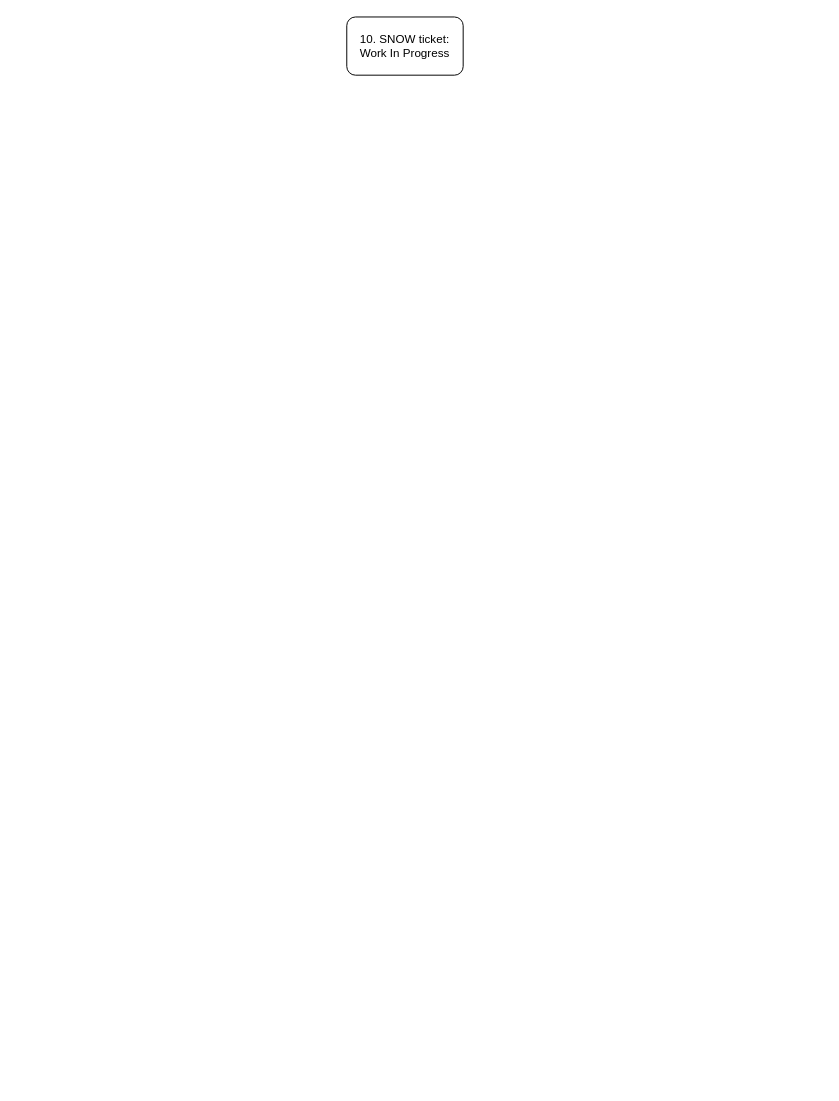
The draw.io diagram Untitled Diagram.drawio in skunduam/draw.io-diagrams, before the edit. Source tidied: cells renumbered, new cells numbered last; positions are measured from the earlier drawing's top-left corner, leaving out a move shared by most shapes. Both pictures are drawn from the tidied source at 97%, with x=0, y=0 at pixel (346, 16).
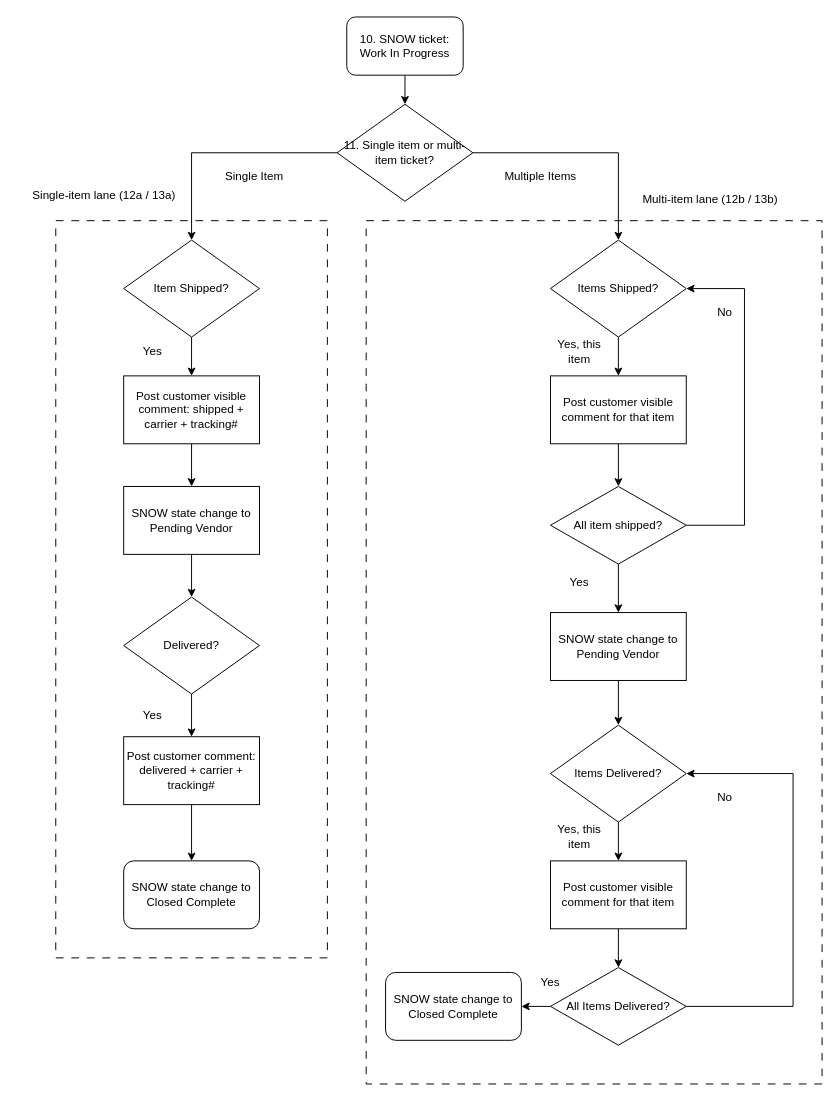
Above is the later version.

The change refers to these unchanged cells:
```xml
<mxCell id="2" value="10. SNOW ticket: Work In Progress" style="rounded=1;whiteSpace=wrap;html=1;" parent="1" vertex="1">
  <mxGeometry width="120" height="60" as="geometry" />
</mxCell>
```

The edit, as a diff of the source:
```diff
@@
+    <mxCell id="3" style="rounded=0;whiteSpace=wrap;html=1;dashed=1;dashPattern=8 8;" parent="1" vertex="1">
+      <mxGeometry x="20" y="210" width="470" height="890" as="geometry" />
+    </mxCell>
+    <mxCell id="4" style="rounded=0;whiteSpace=wrap;html=1;dashed=1;dashPattern=8 8;" parent="1" vertex="1">
+      <mxGeometry x="-300" y="210" width="280" height="760" as="geometry" />
+    </mxCell>
+    <mxCell id="5" style="edgeStyle=orthogonalEdgeStyle;rounded=0;jettySize=auto;html=1;exitX=0.5;exitY=1;exitDx=0;exitDy=0;entryX=0.5;entryY=0;entryDx=0;entryDy=0;" parent="1" edge="1" source="2" target="8">
+      <mxGeometry relative="1" as="geometry" />
+    </mxCell>
@@
+    <mxCell id="6" style="edgeStyle=orthogonalEdgeStyle;rounded=0;jettySize=auto;html=1;" parent="1" edge="1" source="8" target="10">
+      <mxGeometry relative="1" as="geometry" />
+    </mxCell>
+    <mxCell id="7" style="edgeStyle=orthogonalEdgeStyle;rounded=0;jettySize=auto;html=1;" parent="1" edge="1" source="8" target="12">
+      <mxGeometry relative="1" as="geometry" />
+    </mxCell>
+    <mxCell id="8" value="11. Single item or multi-item ticket?" style="rhombus;whiteSpace=wrap;html=1;shapeInside=1;" parent="1" vertex="1">
+      <mxGeometry x="-10" y="90" width="140" height="100" as="geometry" />
+    </mxCell>
+    <mxCell id="9" style="edgeStyle=orthogonalEdgeStyle;rounded=0;jettySize=auto;html=1;" parent="1" edge="1" source="10" target="16">
+      <mxGeometry relative="1" as="geometry" />
+    </mxCell>
+    <mxCell id="10" value="Item Shipped?" style="rhombus;whiteSpace=wrap;html=1;shapeInside=1;" parent="1" vertex="1">
+      <mxGeometry x="-230" y="230" width="140" height="100" as="geometry" />
+    </mxCell>
+    <mxCell id="11" style="edgeStyle=orthogonalEdgeStyle;rounded=0;jettySize=auto;html=1;exitX=0.5;exitY=1;exitDx=0;exitDy=0;entryX=0.5;entryY=0;entryDx=0;entryDy=0;" parent="1" edge="1" source="12" target="26">
+      <mxGeometry relative="1" as="geometry" />
+    </mxCell>
+    <mxCell id="12" value="Items Shipped?" style="rhombus;whiteSpace=wrap;html=1;shapeInside=1;" parent="1" vertex="1">
+      <mxGeometry x="210" y="230" width="140" height="100" as="geometry" />
+    </mxCell>
+    <mxCell id="13" value="Single Item" style="text;html=1;whiteSpace=wrap;strokeColor=none;fillColor=none;align=center;verticalAlign=middle;rounded=0;" parent="1" vertex="1">
+      <mxGeometry x="-130" y="150" width="70" height="30" as="geometry" />
+    </mxCell>
+    <mxCell id="14" value="Multiple Items" style="text;html=1;whiteSpace=wrap;strokeColor=none;fillColor=none;align=center;verticalAlign=middle;rounded=0;" parent="1" vertex="1">
+      <mxGeometry x="160" y="150" width="80" height="30" as="geometry" />
+    </mxCell>
+    <mxCell id="15" style="edgeStyle=orthogonalEdgeStyle;rounded=0;jettySize=auto;html=1;" parent="1" edge="1" source="16" target="18">
+      <mxGeometry relative="1" as="geometry" />
+    </mxCell>
+    <mxCell id="16" value="Post customer visible comment: shipped + carrier + tracking#" style="whiteSpace=wrap;html=1;" parent="1" vertex="1">
+      <mxGeometry x="-230" y="370" width="140" height="70" as="geometry" />
+    </mxCell>
+    <mxCell id="17" style="edgeStyle=orthogonalEdgeStyle;rounded=0;jettySize=auto;html=1;" parent="1" edge="1" source="18" target="20">
+      <mxGeometry relative="1" as="geometry" />
+    </mxCell>
+    <mxCell id="18" value="SNOW state change to Pending Vendor" style="whiteSpace=wrap;html=1;" parent="1" vertex="1">
+      <mxGeometry x="-230" y="484" width="140" height="70" as="geometry" />
+    </mxCell>
+    <mxCell id="19" style="edgeStyle=orthogonalEdgeStyle;rounded=0;jettySize=auto;html=1;" parent="1" edge="1" source="20" target="22">
+      <mxGeometry relative="1" as="geometry" />
+    </mxCell>
+    <mxCell id="20" value="Delivered?" style="rhombus;whiteSpace=wrap;html=1;shapeInside=1;" parent="1" vertex="1">
+      <mxGeometry x="-230" y="598" width="140" height="100" as="geometry" />
+    </mxCell>
+    <mxCell id="21" style="edgeStyle=orthogonalEdgeStyle;rounded=0;jettySize=auto;html=1;" parent="1" edge="1" source="22" target="23">
+      <mxGeometry relative="1" as="geometry" />
+    </mxCell>
+    <mxCell id="22" value="Post customer comment: delivered + carrier + tracking#" style="whiteSpace=wrap;html=1;" parent="1" vertex="1">
+      <mxGeometry x="-230" y="742" width="140" height="70" as="geometry" />
+    </mxCell>
+    <mxCell id="23" value="SNOW state change to Closed Complete" style="rounded=1;whiteSpace=wrap;html=1;" parent="1" vertex="1">
+      <mxGeometry x="-230" y="870" width="140" height="70" as="geometry" />
+    </mxCell>
+    <mxCell id="24" value="Yes" style="text;html=1;whiteSpace=wrap;strokeColor=none;fillColor=none;align=center;verticalAlign=middle;rounded=0;" parent="1" vertex="1">
+      <mxGeometry x="-230" y="330" width="60" height="30" as="geometry" />
+    </mxCell>
+    <mxCell id="25" style="edgeStyle=orthogonalEdgeStyle;rounded=0;jettySize=auto;html=1;" parent="1" edge="1" source="26" target="29">
+      <mxGeometry relative="1" as="geometry" />
+    </mxCell>
+    <mxCell id="26" value="Post customer visible comment for that item" style="whiteSpace=wrap;html=1;" parent="1" vertex="1">
+      <mxGeometry x="210" y="370" width="140" height="70" as="geometry" />
+    </mxCell>
+    <mxCell id="27" value="Yes, this item" style="text;html=1;whiteSpace=wrap;strokeColor=none;fillColor=none;align=center;verticalAlign=middle;rounded=0;" parent="1" vertex="1">
+      <mxGeometry x="210" y="330" width="60" height="30" as="geometry" />
+    </mxCell>
+    <mxCell id="28" style="edgeStyle=orthogonalEdgeStyle;rounded=0;jettySize=auto;html=1;entryX=1;entryY=0.5;entryDx=0;entryDy=0;" parent="1" edge="1" source="29" target="12">
+      <mxGeometry relative="1" as="geometry">
+        <Array as="points">
+          <mxPoint x="410" y="524" />
+          <mxPoint x="410" y="280.3" />
+        </Array>
+      </mxGeometry>
+    </mxCell>
+    <mxCell id="29" value="All item shipped?" style="rhombus;whiteSpace=wrap;html=1;shapeInside=1;" parent="1" vertex="1">
+      <mxGeometry x="210" y="484" width="140" height="80" as="geometry" />
+    </mxCell>
+    <mxCell id="30" value="No" style="text;html=1;whiteSpace=wrap;strokeColor=none;fillColor=none;align=center;verticalAlign=middle;rounded=0;" parent="1" vertex="1">
+      <mxGeometry x="360" y="290" width="60" height="30" as="geometry" />
+    </mxCell>
+    <mxCell id="31" style="edgeStyle=orthogonalEdgeStyle;rounded=0;jettySize=auto;html=1;exitX=0.5;exitY=1;exitDx=0;exitDy=0;" parent="1" edge="1" source="29" target="33">
+      <mxGeometry relative="1" as="geometry" />
+    </mxCell>
+    <mxCell id="32" style="edgeStyle=orthogonalEdgeStyle;rounded=0;jettySize=auto;html=1;exitX=0.5;exitY=1;exitDx=0;exitDy=0;entryX=0.5;entryY=0;entryDx=0;entryDy=0;" parent="1" edge="1" source="33" target="35">
+      <mxGeometry relative="1" as="geometry" />
+    </mxCell>
+    <mxCell id="33" value="SNOW state change to Pending Vendor" style="whiteSpace=wrap;html=1;" parent="1" vertex="1">
+      <mxGeometry x="210" y="614" width="140" height="70" as="geometry" />
+    </mxCell>
+    <mxCell id="34" style="edgeStyle=orthogonalEdgeStyle;rounded=0;jettySize=auto;html=1;exitX=0.5;exitY=1;exitDx=0;exitDy=0;entryX=0.5;entryY=0;entryDx=0;entryDy=0;" parent="1" edge="1" source="35" target="37">
+      <mxGeometry relative="1" as="geometry" />
+    </mxCell>
+    <mxCell id="35" value="Items Delivered?" style="rhombus;whiteSpace=wrap;html=1;shapeInside=1;" parent="1" vertex="1">
+      <mxGeometry x="210" y="730" width="140" height="100" as="geometry" />
+    </mxCell>
+    <mxCell id="36" style="edgeStyle=orthogonalEdgeStyle;rounded=0;jettySize=auto;html=1;" parent="1" edge="1" source="37" target="42">
+      <mxGeometry relative="1" as="geometry" />
+    </mxCell>
+    <mxCell id="37" value="Post customer visible comment for that item" style="whiteSpace=wrap;html=1;" parent="1" vertex="1">
+      <mxGeometry x="210" y="870" width="140" height="70" as="geometry" />
+    </mxCell>
+    <mxCell id="38" value="Yes, this item" style="text;html=1;whiteSpace=wrap;strokeColor=none;fillColor=none;align=center;verticalAlign=middle;rounded=0;" parent="1" vertex="1">
+      <mxGeometry x="210" y="830" width="60" height="30" as="geometry" />
+    </mxCell>
+    <mxCell id="39" value="No" style="text;html=1;whiteSpace=wrap;strokeColor=none;fillColor=none;align=center;verticalAlign=middle;rounded=0;" parent="1" vertex="1">
+      <mxGeometry x="360" y="790" width="60" height="30" as="geometry" />
+    </mxCell>
+    <mxCell id="40" style="edgeStyle=orthogonalEdgeStyle;rounded=0;jettySize=auto;html=1;exitX=1;exitY=0.5;exitDx=0;exitDy=0;entryX=1;entryY=0.5;entryDx=0;entryDy=0;" parent="1" edge="1" source="42" target="35">
+      <mxGeometry relative="1" as="geometry">
+        <Array as="points">
+          <mxPoint x="460.1" y="1020.1" />
+          <mxPoint x="460.1" y="780.1" />
+        </Array>
+      </mxGeometry>
+    </mxCell>
+    <mxCell id="41" style="edgeStyle=orthogonalEdgeStyle;rounded=0;jettySize=auto;html=1;exitX=0;exitY=0.5;exitDx=0;exitDy=0;entryX=1;entryY=0.5;entryDx=0;entryDy=0;" parent="1" edge="1" source="42" target="44">
+      <mxGeometry relative="1" as="geometry" />
+    </mxCell>
+    <mxCell id="42" value="All Items Delivered?" style="rhombus;whiteSpace=wrap;html=1;shapeInside=1;" parent="1" vertex="1">
+      <mxGeometry x="210" y="980" width="140" height="80" as="geometry" />
+    </mxCell>
+    <mxCell id="43" value="Yes" style="text;html=1;whiteSpace=wrap;strokeColor=none;fillColor=none;align=center;verticalAlign=middle;rounded=0;" parent="1" vertex="1">
+      <mxGeometry x="-230" y="705" width="60" height="30" as="geometry" />
+    </mxCell>
+    <mxCell id="44" value="SNOW state change to Closed Complete" style="rounded=1;whiteSpace=wrap;html=1;" parent="1" vertex="1">
+      <mxGeometry x="40" y="985" width="140" height="70" as="geometry" />
+    </mxCell>
+    <mxCell id="45" value="Yes" style="text;html=1;whiteSpace=wrap;strokeColor=none;fillColor=none;align=center;verticalAlign=middle;rounded=0;" parent="1" vertex="1">
+      <mxGeometry x="180" y="980" width="60" height="30" as="geometry" />
+    </mxCell>
+    <mxCell id="46" value="Single-item lane (12a / 13a)" style="text;whiteSpace=wrap;html=1;align=center;" parent="1" vertex="1">
+      <mxGeometry x="-340" y="170" width="180" height="40" as="geometry" />
+    </mxCell>
+    <mxCell id="47" value="&#10;Multi-item lane (12b / 13b)&#10;&#10;" style="text;whiteSpace=wrap;html=1;align=center;" parent="1" vertex="1">
+      <mxGeometry x="290" y="160" width="170" height="40" as="geometry" />
+    </mxCell>
+    <mxCell id="48" value="Yes" style="text;html=1;whiteSpace=wrap;strokeColor=none;fillColor=none;align=center;verticalAlign=middle;rounded=0;" parent="1" vertex="1">
+      <mxGeometry x="210" y="568" width="60" height="30" as="geometry" />
+    </mxCell>
```
